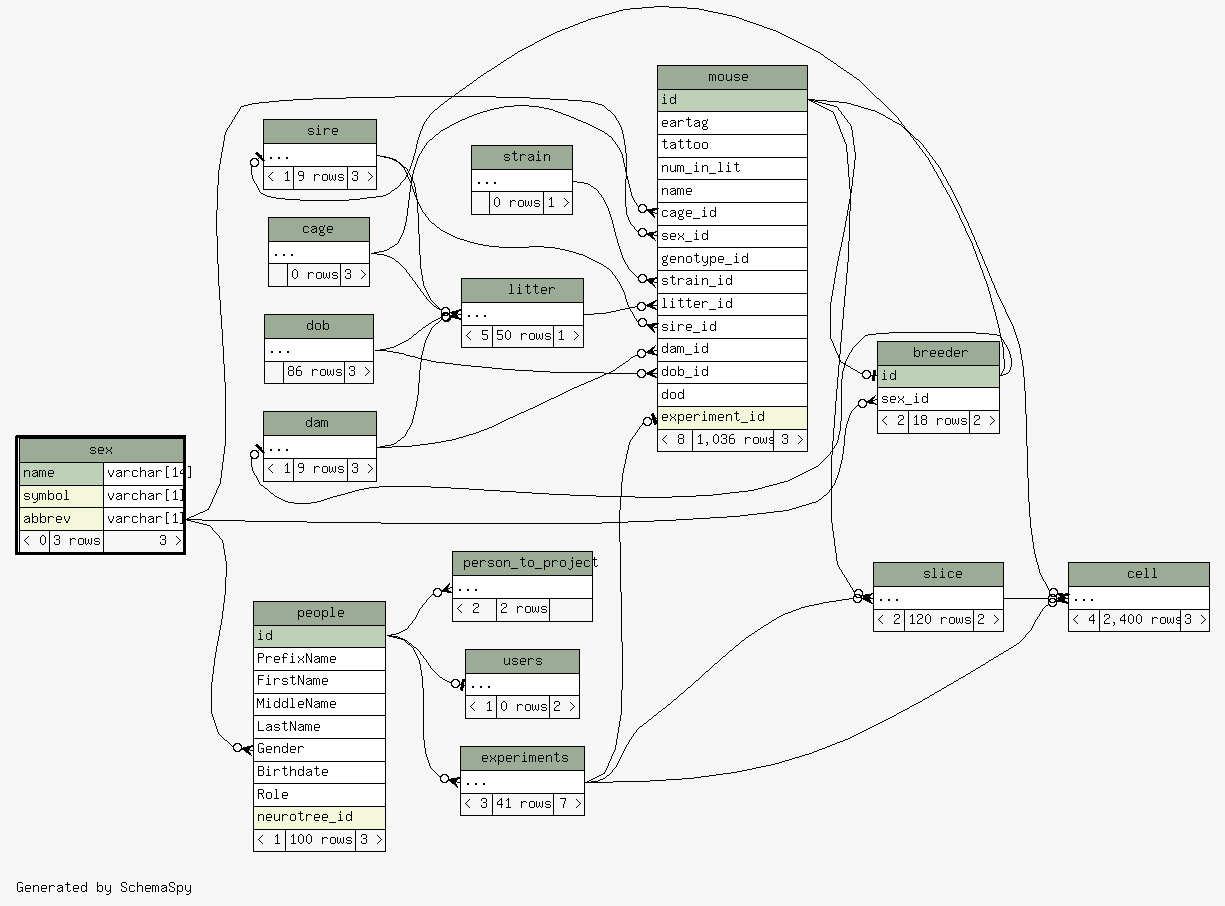
Before: database/ss/diagrams/sex.2degrees.png, a diagram exported from Graphviz (tgbugs/mlab). Its source is kept beside it as database/ss/diagrams/sex.2degrees.dot.
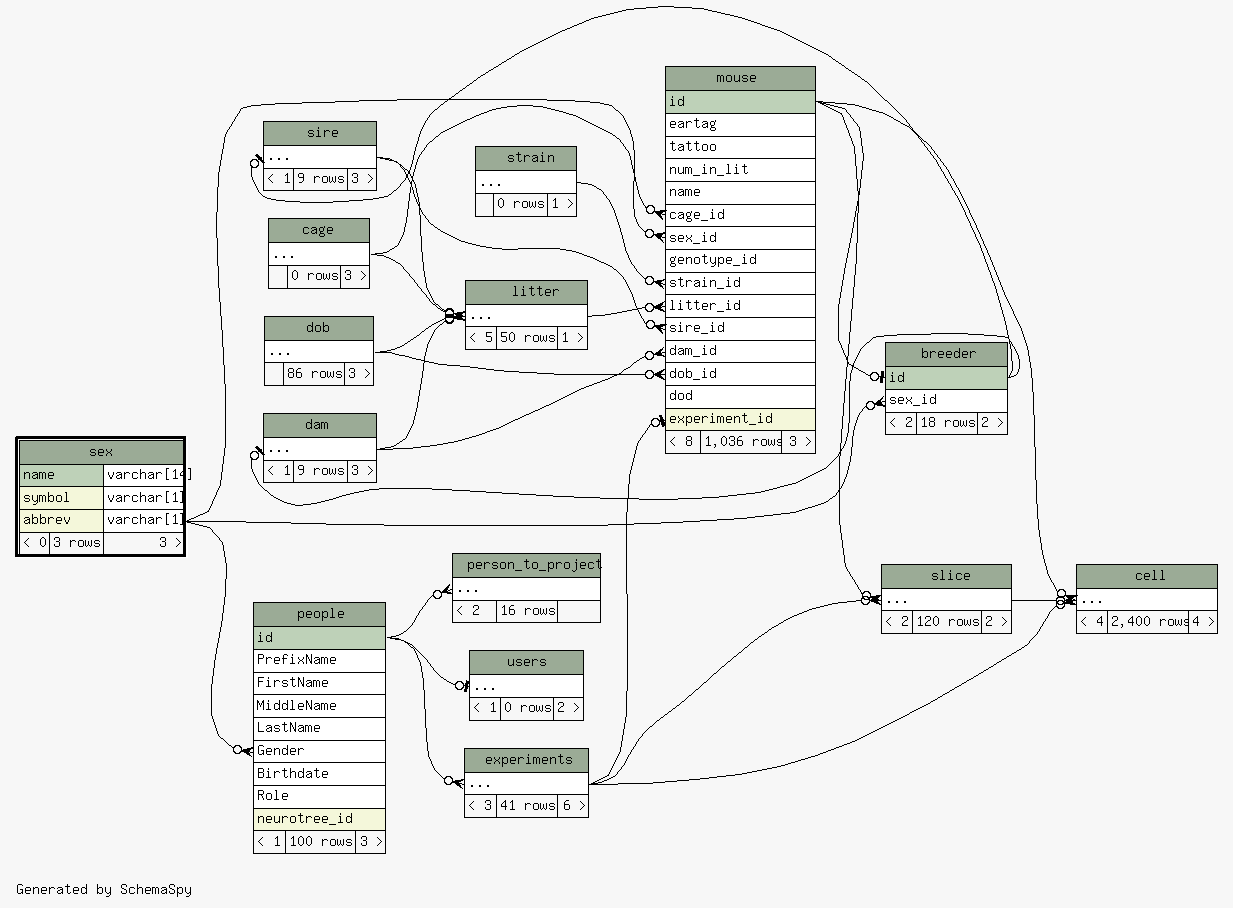
After the commit.

Diff of the diagram source:
```diff
@@ -68,7 +68,7 @@
     <TABLE BORDER="0" CELLBORDER="1" CELLSPACING="0" BGCOLOR="#ffffff">
       <TR><TD COLSPAN="3" BGCOLOR="#9bab96" ALIGN="CENTER">cell</TD></TR>
       <TR><TD PORT="elipses" COLSPAN="3" ALIGN="LEFT">...</TD></TR>
-      <TR><TD ALIGN="LEFT" BGCOLOR="#f7f7f7">&lt; 4</TD><TD ALIGN="RIGHT" BGCOLOR="#f7f7f7">2,400 rows</TD><TD ALIGN="RIGHT" BGCOLOR="#f7f7f7">3 &gt;</TD></TR>
+      <TR><TD ALIGN="LEFT" BGCOLOR="#f7f7f7">&lt; 4</TD><TD ALIGN="RIGHT" BGCOLOR="#f7f7f7">2,400 rows</TD><TD ALIGN="RIGHT" BGCOLOR="#f7f7f7">4 &gt;</TD></TR>
     </TABLE>>
     URL="cell.html"
     tooltip="cell"
@@ -98,7 +98,7 @@
     <TABLE BORDER="0" CELLBORDER="1" CELLSPACING="0" BGCOLOR="#ffffff">
       <TR><TD COLSPAN="3" BGCOLOR="#9bab96" ALIGN="CENTER">experiments</TD></TR>
       <TR><TD PORT="elipses" COLSPAN="3" ALIGN="LEFT">...</TD></TR>
-      <TR><TD ALIGN="LEFT" BGCOLOR="#f7f7f7">&lt; 3</TD><TD ALIGN="RIGHT" BGCOLOR="#f7f7f7">41 rows</TD><TD ALIGN="RIGHT" BGCOLOR="#f7f7f7">7 &gt;</TD></TR>
+      <TR><TD ALIGN="LEFT" BGCOLOR="#f7f7f7">&lt; 3</TD><TD ALIGN="RIGHT" BGCOLOR="#f7f7f7">41 rows</TD><TD ALIGN="RIGHT" BGCOLOR="#f7f7f7">6 &gt;</TD></TR>
     </TABLE>>
     URL="experiments.html"
     tooltip="experiments"
@@ -160,7 +160,7 @@
     <TABLE BORDER="0" CELLBORDER="1" CELLSPACING="0" BGCOLOR="#ffffff">
       <TR><TD COLSPAN="3" BGCOLOR="#9bab96" ALIGN="CENTER">person_to_project</TD></TR>
       <TR><TD PORT="elipses" COLSPAN="3" ALIGN="LEFT">...</TD></TR>
-      <TR><TD ALIGN="LEFT" BGCOLOR="#f7f7f7">&lt; 2</TD><TD ALIGN="RIGHT" BGCOLOR="#f7f7f7">2 rows</TD><TD ALIGN="RIGHT" BGCOLOR="#f7f7f7">  </TD></TR>
+      <TR><TD ALIGN="LEFT" BGCOLOR="#f7f7f7">&lt; 2</TD><TD ALIGN="RIGHT" BGCOLOR="#f7f7f7">16 rows</TD><TD ALIGN="RIGHT" BGCOLOR="#f7f7f7">  </TD></TR>
     </TABLE>>
     URL="person_to_project.html"
     tooltip="person_to_project"
```
